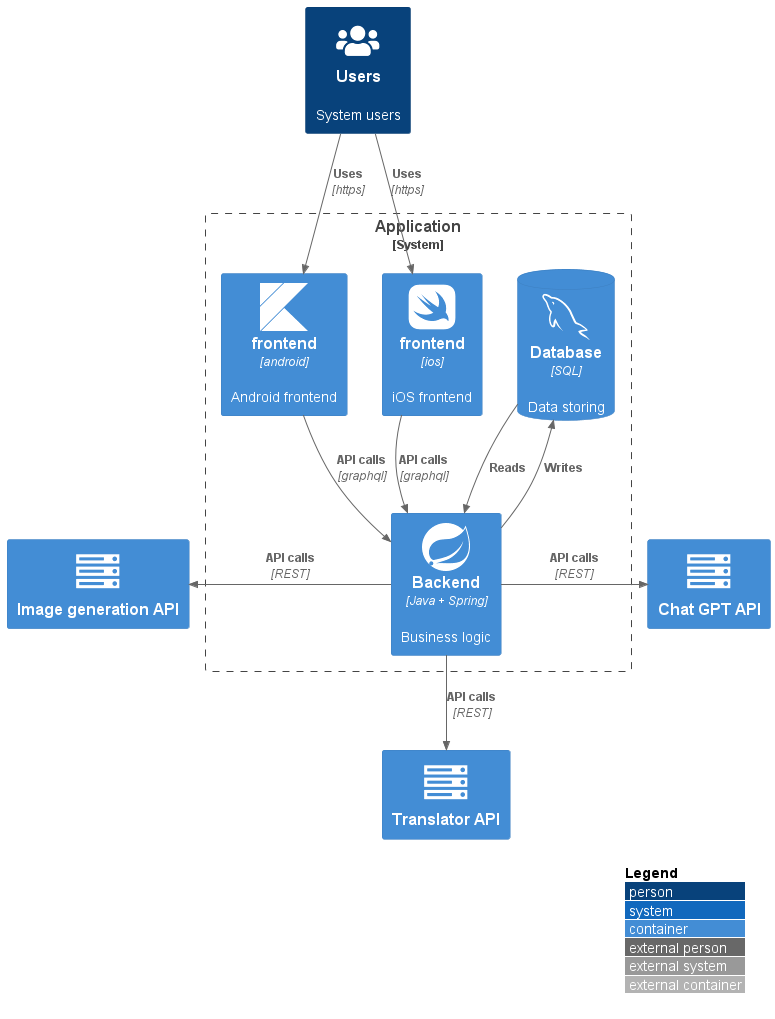
Earlier version of the PlantUML export media/containerDiagram.png (kambed/FoodzillaArchitecture).
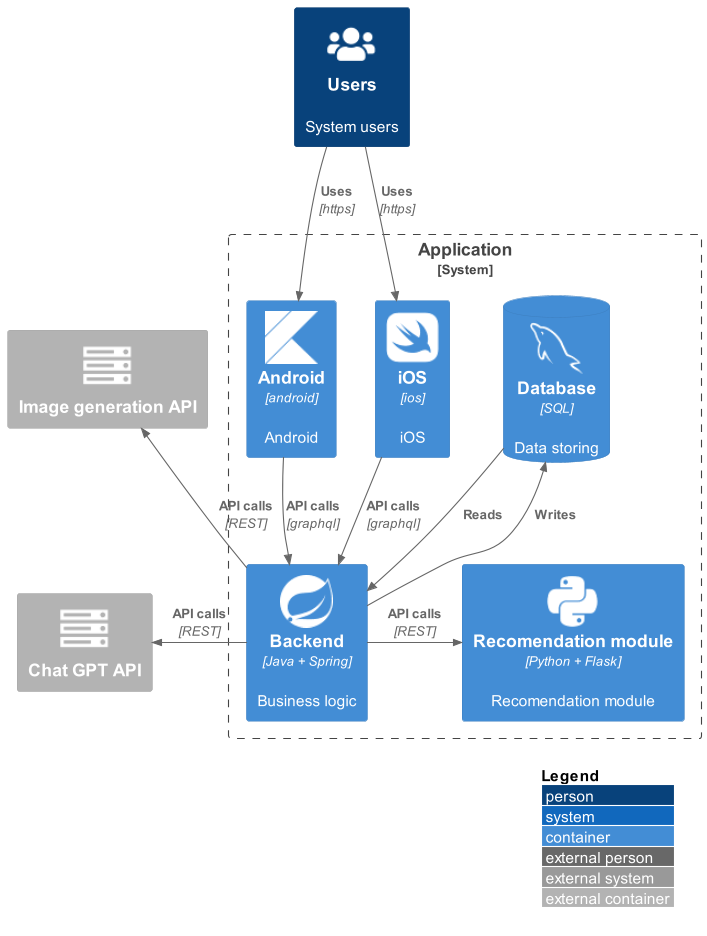
After the commit.

Change to the diagram source:
```diff
@@ -1,6 +1,4 @@
 @startuml
-
-
 !include https://raw.githubusercontent.com/plantuml-stdlib/C4-PlantUML/master/C4_Container.puml
 
 !define DEVICONS2 https://raw.githubusercontent.com/tupadr3/plantuml-icon-font-sprites/master/devicons2
@@ -10,6 +8,7 @@
 !include DEVICONS2/mysql.puml
 !include DEVICONS2/kotlin.puml
 !include DEVICONS2/swift.puml
+!include DEVICONS2/python.puml
 !include FONTAWESOME/users.puml
 !includeurl ICONURL/font-awesome/server.puml
 
@@ -18,27 +17,25 @@
 Person(user, "Users", "System users", $sprite="users")
 
 System_Boundary(c1, "Application") {
-    Container(frontendAndroid, "frontend", "android", "Android frontend", $sprite="kotlin")
-    Container(frontendIos, "frontend", "ios", "iOS frontend", $sprite="swift")
+    Container(android, "Android", "android", "Android", $sprite="kotlin")
+    Container(iOS, "iOS", "ios", "iOS", $sprite="swift")
     Container(backend, "Backend", "Java + Spring", "Business logic", $sprite="spring")
     ContainerDb(db, "Database", "SQL", "Data storing", $sprite="mysql")
+    Container(recomendationApi, "Recomendation module", "Python + Flask", "Recomendation module", $sprite="python")
 }
 
-Container(imageGenerationApi, "Image generation API", $sprite="server")
+Container_Ext(imageGenerationApi, "Image generation API", $sprite="server")
+Container_Ext(chatGptApi, "Chat GPT API", $sprite="server")
 
-Container(chatGptApi, "Chat GPT API", $sprite="server")
-
-Container(translatorApi, "Translator API", $sprite="server")
-
-Rel(user, frontendAndroid, "Uses", "https")
-Rel(user, frontendIos, "Uses", "https")
-Rel(frontendAndroid, backend, "API calls", "graphql")
-Rel(frontendIos, backend, "API calls", "graphql")
+Rel(user, android, "Uses", "https")
+Rel(user, iOS, "Uses", "https")
+Rel(android, backend, "API calls", "graphql")
+Rel(iOS, backend, "API calls", "graphql")
 Rel_R(db, backend, "Reads")
 Rel(backend, db, "Writes")
+Rel_R(backend, recomendationApi, "API calls", "REST")
 
-Rel_L(backend, imageGenerationApi, "API calls", "REST")
-Rel_R(backend, chatGptApi, "API calls", "REST")
-Rel(backend, translatorApi, "API calls", "REST")
+Rel_U(backend, imageGenerationApi, "API calls", "REST")
+Rel_L(backend, chatGptApi, "API calls", "REST")
 
 @enduml
```
